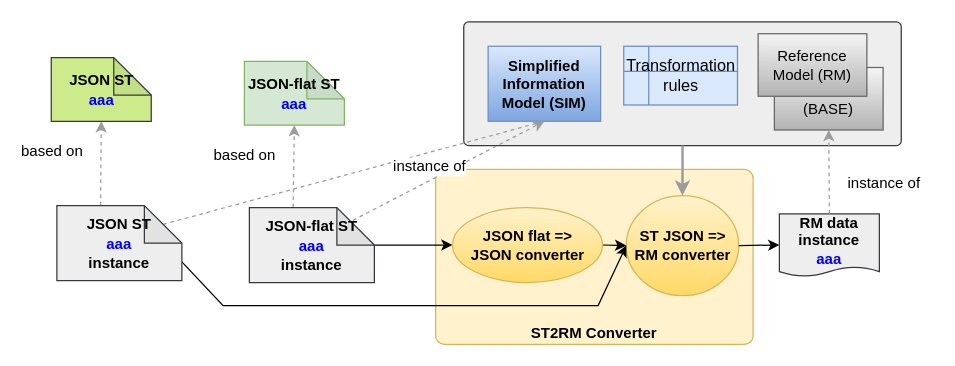
This is docs/json_simplified_template/diagrams/simplified_template_data_conversion.drawio from openEHR/specifications-ITS-REST, a draw.io file, before an edit. Source tidied: cells renumbered, new cells numbered last; positions are measured from the earlier drawing's top-left corner, leaving out a move shared by most shapes. Both pictures are drawn from the tidied source at 125%, with x=0, y=0 at pixel (50, 21).
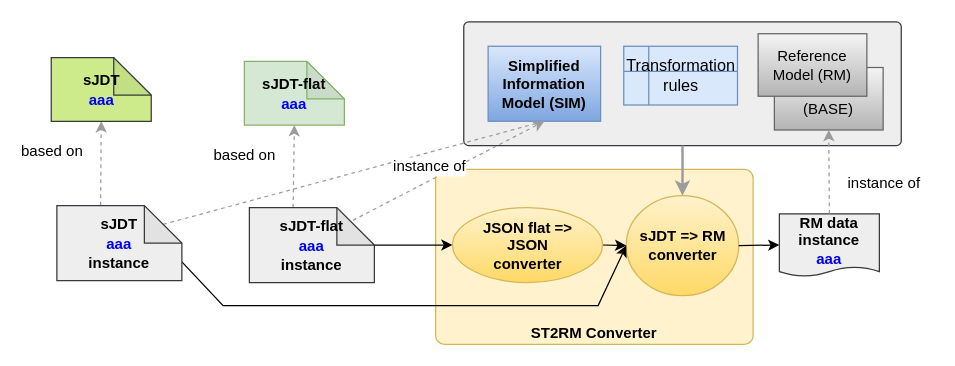
The same diagram, later.

What changed in the source:
```diff
@@
-    <mxCell id="7" value="ST JSON =&amp;gt; RM converter" style="ellipse;whiteSpace=wrap;html=1;gradientColor=#ffd966;fillColor=#fff2cc;strokeColor=#d6b656;fontStyle=1;" parent="1" vertex="1">
+    <mxCell id="7" value="sJDT =&amp;gt; RM converter" style="ellipse;whiteSpace=wrap;html=1;gradientColor=#ffd966;fillColor=#fff2cc;strokeColor=#d6b656;fontStyle=1;" parent="1" vertex="1">
       <mxGeometry x="460.5" y="139" width="90" height="80" as="geometry" />
     </mxCell>
@@
-    <mxCell id="20" value="JSON flat =&amp;gt; &lt;br&gt;JSON converter" style="ellipse;whiteSpace=wrap;html=1;gradientColor=#ffd966;fillColor=#fff2cc;strokeColor=#d6b656;fontStyle=1;" parent="1" vertex="1">
+    <mxCell id="20" value="JSON flat =&amp;gt; &lt;br&gt;JSON &lt;br&gt;converter" style="ellipse;whiteSpace=wrap;html=1;gradientColor=#ffd966;fillColor=#fff2cc;strokeColor=#d6b656;fontStyle=1;" parent="1" vertex="1">
       <mxGeometry x="321.5" y="148.5" width="120" height="60" as="geometry" />
     </mxCell>
@@
-    <mxCell id="25" value="&lt;span style=&quot;font-size: 12px ; font-weight: 700 ; white-space: normal&quot;&gt;JSON ST&lt;/span&gt;&lt;br style=&quot;font-size: 12px ; font-weight: 700 ; white-space: normal&quot;&gt;&lt;font color=&quot;#0000f0&quot; style=&quot;font-size: 12px ; font-weight: 700 ; white-space: normal&quot;&gt;aaa&lt;br&gt;&lt;/font&gt;&lt;span style=&quot;font-size: 12px ; font-weight: 700 ; white-space: normal&quot;&gt;instance&lt;/span&gt;" style="shape=note;whiteSpace=wrap;html=1;backgroundOutline=1;darkOpacity=0.05;fontSize=13;fillColor=#eeeeee;strokeColor=#36393d;" parent="1" vertex="1">
+    <mxCell id="25" value="&lt;span style=&quot;font-size: 12px ; font-weight: 700 ; white-space: normal&quot;&gt;sJDT&lt;/span&gt;&lt;br style=&quot;font-size: 12px ; font-weight: 700 ; white-space: normal&quot;&gt;&lt;font color=&quot;#0000f0&quot; style=&quot;font-size: 12px ; font-weight: 700 ; white-space: normal&quot;&gt;aaa&lt;br&gt;&lt;/font&gt;&lt;span style=&quot;font-size: 12px ; font-weight: 700 ; white-space: normal&quot;&gt;instance&lt;/span&gt;" style="shape=note;whiteSpace=wrap;html=1;backgroundOutline=1;darkOpacity=0.05;fontSize=13;fillColor=#eeeeee;strokeColor=#36393d;" parent="1" vertex="1">
       <mxGeometry x="5" y="147" width="100" height="60" as="geometry" />
     </mxCell>
-    <mxCell id="26" value="&lt;span style=&quot;font-size: 12px ; font-weight: 700 ; white-space: normal&quot;&gt;JSON-flat ST&lt;/span&gt;&lt;br style=&quot;font-size: 12px ; font-weight: 700 ; white-space: normal&quot;&gt;&lt;font color=&quot;#0000f0&quot; style=&quot;font-size: 12px ; font-weight: 700 ; white-space: normal&quot;&gt;aaa&lt;br&gt;&lt;/font&gt;&lt;span style=&quot;font-size: 12px ; font-weight: 700 ; white-space: normal&quot;&gt;instance&lt;/span&gt;" style="shape=note;whiteSpace=wrap;html=1;backgroundOutline=1;darkOpacity=0.05;fontSize=13;fillColor=#eeeeee;strokeColor=#36393d;" parent="1" vertex="1">
+    <mxCell id="26" value="&lt;span style=&quot;font-size: 12px ; font-weight: 700 ; white-space: normal&quot;&gt;sJDT-flat&lt;/span&gt;&lt;br style=&quot;font-size: 12px ; font-weight: 700 ; white-space: normal&quot;&gt;&lt;font color=&quot;#0000f0&quot; style=&quot;font-size: 12px ; font-weight: 700 ; white-space: normal&quot;&gt;aaa&lt;br&gt;&lt;/font&gt;&lt;span style=&quot;font-size: 12px ; font-weight: 700 ; white-space: normal&quot;&gt;instance&lt;/span&gt;" style="shape=note;whiteSpace=wrap;html=1;backgroundOutline=1;darkOpacity=0.05;fontSize=13;fillColor=#eeeeee;strokeColor=#36393d;" parent="1" vertex="1">
       <mxGeometry x="159" y="148.5" width="100" height="60" as="geometry" />
     </mxCell>
-    <mxCell id="27" value="&lt;span style=&quot;font-size: 12px ; font-weight: 700 ; white-space: normal&quot;&gt;JSON ST&lt;/span&gt;&lt;br style=&quot;font-size: 12px ; font-weight: 700 ; white-space: normal&quot;&gt;&lt;font color=&quot;#0000f0&quot; style=&quot;font-size: 12px ; font-weight: 700 ; white-space: normal&quot;&gt;aaa&lt;/font&gt;" style="shape=note;whiteSpace=wrap;html=1;backgroundOutline=1;darkOpacity=0.05;fontSize=13;align=center;fillColor=#cdeb8b;strokeColor=#36393d;" parent="1" vertex="1">
+    <mxCell id="27" value="&lt;span style=&quot;font-size: 12px ; font-weight: 700 ; white-space: normal&quot;&gt;sJDT&lt;/span&gt;&lt;br style=&quot;font-size: 12px ; font-weight: 700 ; white-space: normal&quot;&gt;&lt;font color=&quot;#0000f0&quot; style=&quot;font-size: 12px ; font-weight: 700 ; white-space: normal&quot;&gt;aaa&lt;/font&gt;" style="shape=note;whiteSpace=wrap;html=1;backgroundOutline=1;darkOpacity=0.05;fontSize=13;align=center;fillColor=#cdeb8b;strokeColor=#36393d;" parent="1" vertex="1">
       <mxGeometry x="0.5" y="28.5" width="80" height="51" as="geometry" />
     </mxCell>
-    <mxCell id="28" value="&lt;span style=&quot;font-size: 12px ; font-weight: 700 ; white-space: normal&quot;&gt;JSON-flat ST&lt;/span&gt;&lt;br style=&quot;font-size: 12px ; font-weight: 700 ; white-space: normal&quot;&gt;&lt;font color=&quot;#0000f0&quot; style=&quot;font-size: 12px ; font-weight: 700 ; white-space: normal&quot;&gt;aaa&lt;/font&gt;" style="shape=note;whiteSpace=wrap;html=1;backgroundOutline=1;darkOpacity=0.05;fontSize=13;align=center;fillColor=#d5e8d4;strokeColor=#82b366;" parent="1" vertex="1">
+    <mxCell id="28" value="&lt;span style=&quot;font-size: 12px ; font-weight: 700 ; white-space: normal&quot;&gt;sJDT-flat&lt;/span&gt;&lt;br style=&quot;font-size: 12px ; font-weight: 700 ; white-space: normal&quot;&gt;&lt;font color=&quot;#0000f0&quot; style=&quot;font-size: 12px ; font-weight: 700 ; white-space: normal&quot;&gt;aaa&lt;/font&gt;" style="shape=note;whiteSpace=wrap;html=1;backgroundOutline=1;darkOpacity=0.05;fontSize=13;align=center;fillColor=#d5e8d4;strokeColor=#82b366;" parent="1" vertex="1">
       <mxGeometry x="155" y="31.5" width="80" height="51" as="geometry" />
     </mxCell>
```
